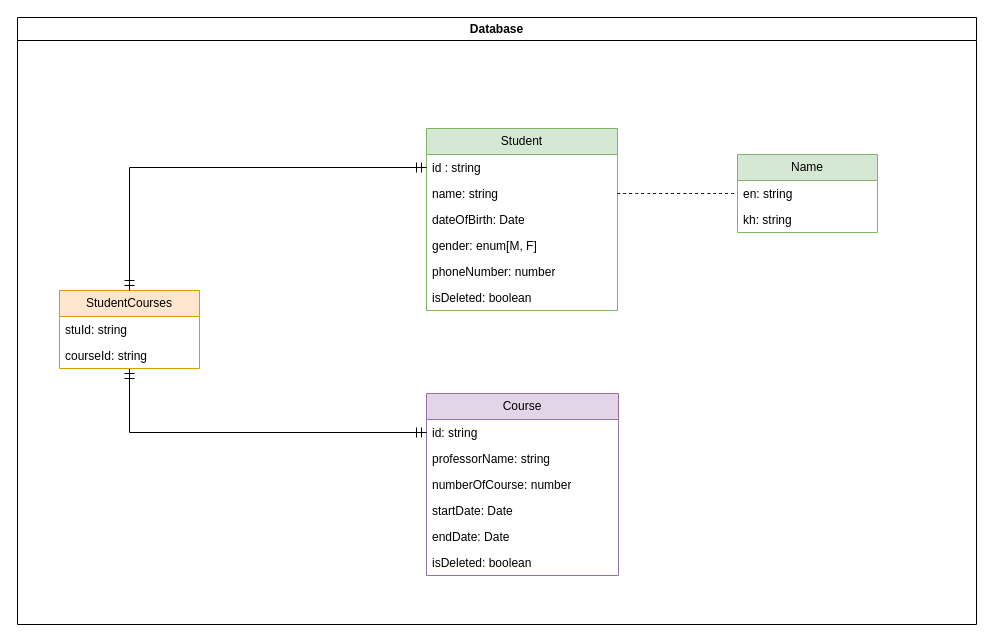
Above: page "Page-1" (1 of 2) of Untitled Diagram.drawio in MeeReak/student-course-management (draw.io), before the change. Source tidied: cells renumbered, new cells numbered last; positions are measured from the earlier drawing's top-left corner, leaving out a move shared by most shapes. Both pictures are drawn from the tidied source at 100%, with x=0, y=0 at pixel (17, 17).
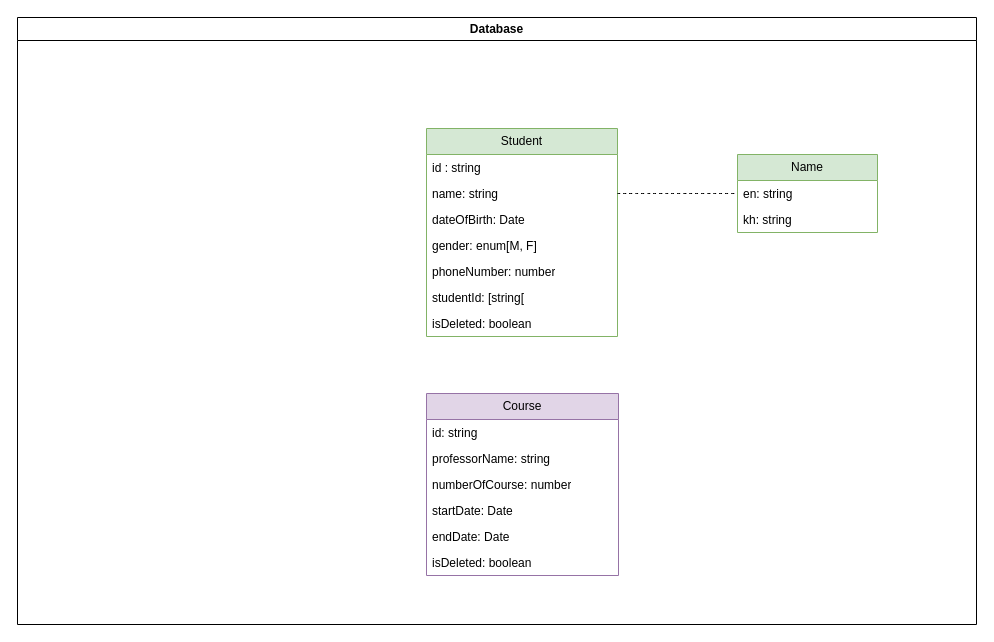
The same page after the edit.

Unchanged cells that the change refers to:
```xml
<mxCell id="2" value="Database" style="swimlane;whiteSpace=wrap;html=1;perimeterSpacing=0;" parent="1" vertex="1">
  <mxGeometry width="959" height="607" as="geometry" />
</mxCell>
<mxCell id="4" value="id : string" style="text;strokeColor=none;fillColor=none;align=left;verticalAlign=top;spacingLeft=4;spacingRight=4;overflow=hidden;points=[[0,0.5],[1,0.5]];portConstraint=eastwest;whiteSpace=wrap;html=1;" parent="3" vertex="1">
  <mxGeometry y="26" width="191" height="26" as="geometry" />
</mxCell>
<mxCell id="11" value="id: string" style="text;strokeColor=none;fillColor=none;align=left;verticalAlign=top;spacingLeft=4;spacingRight=4;overflow=hidden;points=[[0,0.5],[1,0.5]];portConstraint=eastwest;whiteSpace=wrap;html=1;" parent="10" vertex="1">
  <mxGeometry y="26" width="192" height="26" as="geometry" />
</mxCell>
```

The edit, as a diff of the source:
```diff
@@
     <mxCell id="3" value="Student" style="swimlane;fontStyle=0;horizontal=1;startSize=26;fillColor=#d5e8d4;whiteSpace=wrap;html=1;strokeColor=#82b366;" parent="2" vertex="1">
-      <mxGeometry x="409" y="111" width="191" height="182" as="geometry" />
+      <mxGeometry x="409" y="111" width="191" height="208" as="geometry" />
     </mxCell>
@@
+    <mxCell id="26" value="studentId: [string[" style="text;strokeColor=none;fillColor=none;align=left;verticalAlign=top;spacingLeft=4;spacingRight=4;overflow=hidden;whiteSpace=wrap;html=1;" parent="3" vertex="1">
+      <mxGeometry y="156" width="191" height="26" as="geometry" />
+    </mxCell>
     <mxCell id="9" value="isDeleted: boolean" style="text;strokeColor=none;fillColor=none;align=left;verticalAlign=top;spacingLeft=4;spacingRight=4;overflow=hidden;whiteSpace=wrap;html=1;" parent="3" vertex="1">
-      <mxGeometry y="156" width="191" height="26" as="geometry" />
+      <mxGeometry y="182" width="191" height="26" as="geometry" />
     </mxCell>
@@
-    <mxCell id="20" style="edgeStyle=orthogonalEdgeStyle;rounded=0;jettySize=auto;html=1;exitX=0.5;exitY=1;exitDx=0;exitDy=0;entryX=0;entryY=0.5;entryDx=0;entryDy=0;fontSize=12;startSize=8;endSize=8;startArrow=ERmandOne;startFill=0;endArrow=ERmandOne;endFill=0;" parent="2" edge="1" source="21" target="11">
-      <mxGeometry relative="1" as="geometry" />
-    </mxCell>
-    <mxCell id="21" value="  StudentCourses  " style="swimlane;fontStyle=0;horizontal=1;startSize=26;fillColor=#ffe6cc;whiteSpace=wrap;html=1;strokeColor=#d79b00;" parent="2" vertex="1">
-      <mxGeometry x="42" y="273" width="140" height="78" as="geometry" />
-    </mxCell>
-    <mxCell id="22" value="stuId: string" style="text;strokeColor=none;fillColor=none;align=left;verticalAlign=top;spacingLeft=4;spacingRight=4;overflow=hidden;whiteSpace=wrap;html=1;" parent="21" vertex="1">
-      <mxGeometry y="26" width="140" height="26" as="geometry" />
-    </mxCell>
-    <mxCell id="23" value="courseId: string" style="text;strokeColor=none;fillColor=none;align=left;verticalAlign=top;spacingLeft=4;spacingRight=4;overflow=hidden;whiteSpace=wrap;html=1;" parent="21" vertex="1">
-      <mxGeometry y="52" width="140" height="26" as="geometry" />
-    </mxCell>
-    <mxCell id="24" style="edgeStyle=orthogonalEdgeStyle;rounded=0;jettySize=auto;html=1;exitX=0;exitY=0.5;exitDx=0;exitDy=0;entryX=0.5;entryY=0;entryDx=0;entryDy=0;fontSize=12;startSize=8;endSize=8;endArrow=ERmandOne;endFill=0;startArrow=ERmandOne;startFill=0;" parent="2" edge="1" source="4" target="21">
-      <mxGeometry relative="1" as="geometry" />
-    </mxCell>
```
